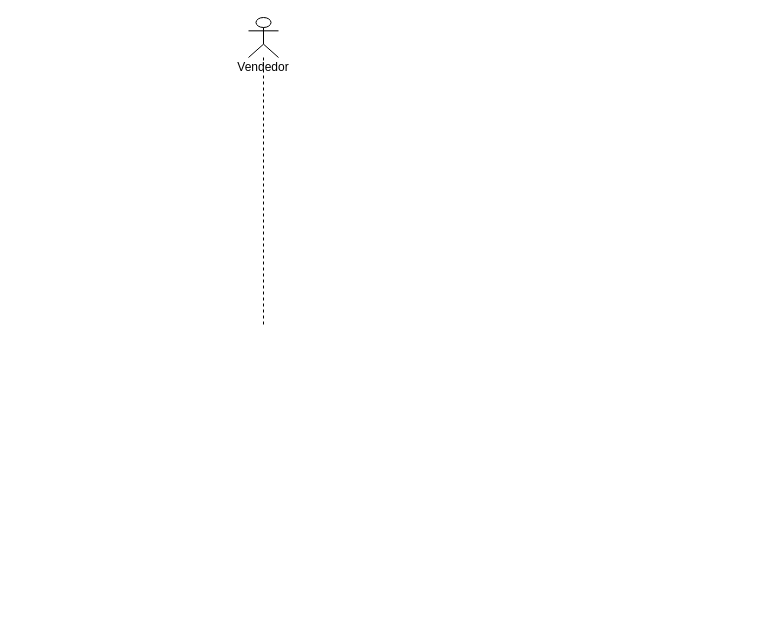
This is la5_3.drawio from AyobAsroutVargas/lab1, a draw.io file, before an edit. Source tidied: cells renumbered, new cells numbered last; positions are measured from the earlier drawing's top-left corner, leaving out a move shared by most shapes. Both pictures are drawn from the tidied source at 100%, with x=0, y=0 at pixel (248, 17).
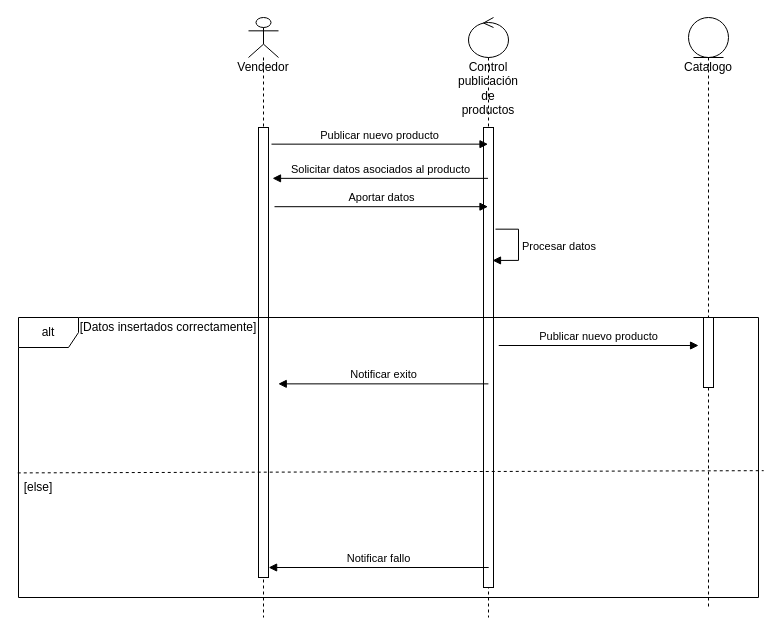
After the change.

What changed in the source:
```diff
@@
     <mxCell id="2" value="Vendedor" style="shape=umlLifeline;participant=umlActor;perimeter=lifelinePerimeter;whiteSpace=wrap;html=1;verticalAlign=top;spacingTop=36;" parent="1" vertex="1">
-      <mxGeometry width="30" height="310" as="geometry" />
+      <mxGeometry width="30" height="600" as="geometry" />
     </mxCell>
+    <mxCell id="3" style="html=1;points=[];perimeter=orthogonalPerimeter;" parent="2" vertex="1">
+      <mxGeometry x="10" y="110" width="10" height="450" as="geometry" />
+    </mxCell>
+    <mxCell id="4" value="Control publicación de productos" style="shape=umlLifeline;participant=umlControl;perimeter=lifelinePerimeter;whiteSpace=wrap;html=1;verticalAlign=top;spacingTop=36;outlineConnect=0;" parent="1" vertex="1">
+      <mxGeometry x="220" width="40" height="600" as="geometry" />
+    </mxCell>
+    <mxCell id="5" style="html=1;points=[];perimeter=orthogonalPerimeter;" parent="4" vertex="1">
+      <mxGeometry x="15" y="110" width="10" height="460" as="geometry" />
+    </mxCell>
+    <mxCell id="6" value="Procesar datos" style="edgeStyle=orthogonalEdgeStyle;html=1;align=left;spacingLeft=2;endArrow=block;rounded=0;exitX=1.2;exitY=0.221;exitDx=0;exitDy=0;exitPerimeter=0;entryX=0.9;entryY=0.289;entryDx=0;entryDy=0;entryPerimeter=0;" parent="4" edge="1" source="5" target="5">
+      <mxGeometry relative="1" as="geometry">
+        <Array as="points">
+          <mxPoint x="50" y="212" />
+          <mxPoint x="50" y="243" />
+        </Array>
+      </mxGeometry>
+    </mxCell>
+    <mxCell id="7" value="Publicar nuevo producto" style="html=1;verticalAlign=bottom;endArrow=block;exitX=1.3;exitY=0.037;exitDx=0;exitDy=0;exitPerimeter=0;" parent="1" edge="1" source="3" target="4">
+      <mxGeometry relative="1" as="geometry" />
+    </mxCell>
+    <mxCell id="8" value="Solicitar datos asociados al producto" style="html=1;verticalAlign=bottom;endArrow=block;entryX=1.4;entryY=0.113;entryDx=0;entryDy=0;entryPerimeter=0;" parent="1" edge="1" source="4" target="3">
+      <mxGeometry relative="1" as="geometry" />
+    </mxCell>
+    <mxCell id="9" value="Aportar datos" style="html=1;verticalAlign=bottom;endArrow=block;exitX=1.6;exitY=0.176;exitDx=0;exitDy=0;exitPerimeter=0;" parent="1" edge="1" source="3" target="4">
+      <mxGeometry relative="1" as="geometry" />
+    </mxCell>
+    <mxCell id="10" value="Catalogo" style="shape=umlLifeline;participant=umlEntity;perimeter=lifelinePerimeter;whiteSpace=wrap;html=1;verticalAlign=top;spacingTop=36;" parent="1" vertex="1">
+      <mxGeometry x="440" width="40" height="590" as="geometry" />
+    </mxCell>
+    <mxCell id="11" style="html=1;perimeter=orthogonalPerimeter;" parent="10" vertex="1">
+      <mxGeometry x="15" y="300" width="10" height="70" as="geometry" />
+    </mxCell>
+    <mxCell id="12" value="alt" style="shape=umlFrame;whiteSpace=wrap;html=1;" parent="1" vertex="1">
+      <mxGeometry x="-230" y="300" width="740" height="280" as="geometry" />
+    </mxCell>
+    <mxCell id="13" value="[Datos insertados correctamente]" style="text;html=1;strokeColor=none;fillColor=none;align=center;verticalAlign=middle;whiteSpace=wrap;rounded=0;" parent="1" vertex="1">
+      <mxGeometry x="-170" y="300" width="180" height="20" as="geometry" />
+    </mxCell>
+    <mxCell id="14" value="Publicar nuevo producto" style="html=1;verticalAlign=bottom;endArrow=block;exitX=0.649;exitY=0.1;exitDx=0;exitDy=0;exitPerimeter=0;entryX=0.919;entryY=0.1;entryDx=0;entryDy=0;entryPerimeter=0;" parent="1" edge="1" source="12" target="12">
+      <mxGeometry relative="1" as="geometry" />
+    </mxCell>
+    <mxCell id="15" value="Notificar exito" style="html=1;verticalAlign=bottom;endArrow=block;exitX=0.635;exitY=0.237;exitDx=0;exitDy=0;exitPerimeter=0;entryX=0.351;entryY=0.237;entryDx=0;entryDy=0;entryPerimeter=0;" parent="1" edge="1" source="12" target="12">
+      <mxGeometry relative="1" as="geometry" />
+    </mxCell>
+    <mxCell id="16" style="endArrow=none;dashed=1;html=1;exitX=-0.001;exitY=0.555;exitDx=0;exitDy=0;exitPerimeter=0;entryX=1.007;entryY=0.547;entryDx=0;entryDy=0;entryPerimeter=0;" parent="1" edge="1" source="12" target="12">
+      <mxGeometry relative="1" as="geometry" />
+    </mxCell>
+    <mxCell id="17" value="[else]" style="text;html=1;strokeColor=none;fillColor=none;align=center;verticalAlign=middle;whiteSpace=wrap;rounded=0;" parent="1" vertex="1">
+      <mxGeometry x="-230" y="460" width="40" height="20" as="geometry" />
+    </mxCell>
+    <mxCell id="18" value="Notificar fallo" style="html=1;verticalAlign=bottom;endArrow=block;exitX=0.71;exitY=0.154;exitDx=0;exitDy=0;exitPerimeter=0;entryX=0.355;entryY=0.154;entryDx=0;entryDy=0;entryPerimeter=0;" parent="1" edge="1">
+      <mxGeometry relative="1" as="geometry">
+        <mxPoint x="240.2" y="550" as="sourcePoint" />
+        <mxPoint x="20.1" y="550" as="targetPoint" />
+      </mxGeometry>
+    </mxCell>
```
